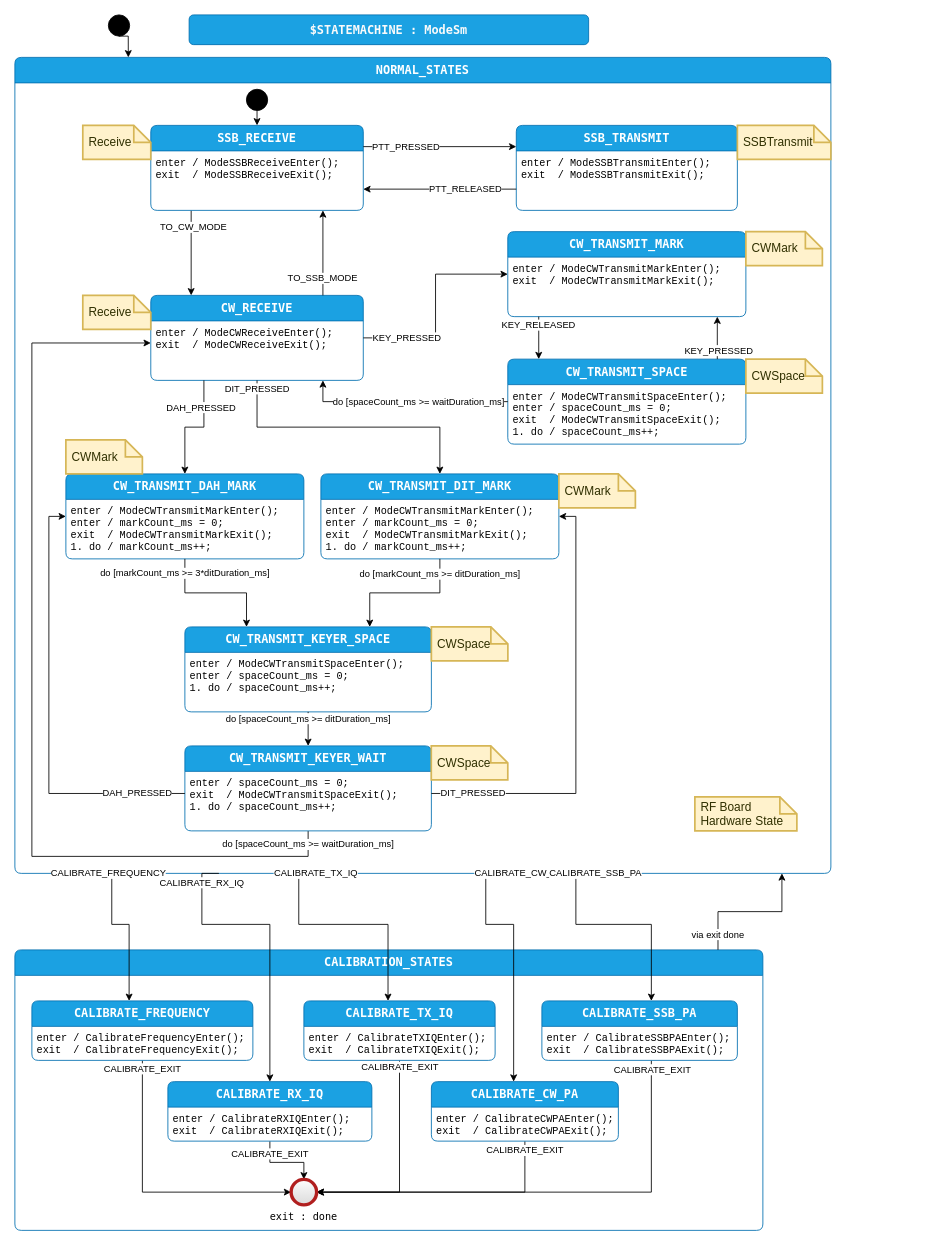
Above: page "design" (1 of 3) of code/src/PhoenixSketch/ModeSm.drawio in KI3P/Phoenix (draw.io), before the change. Source tidied: cells renumbered, new cells numbered last; positions are measured from the earlier drawing's top-left corner, leaving out a move shared by most shapes. Both pictures are drawn from the tidied source at 85%, with x=0, y=0 at pixel (14, 14).
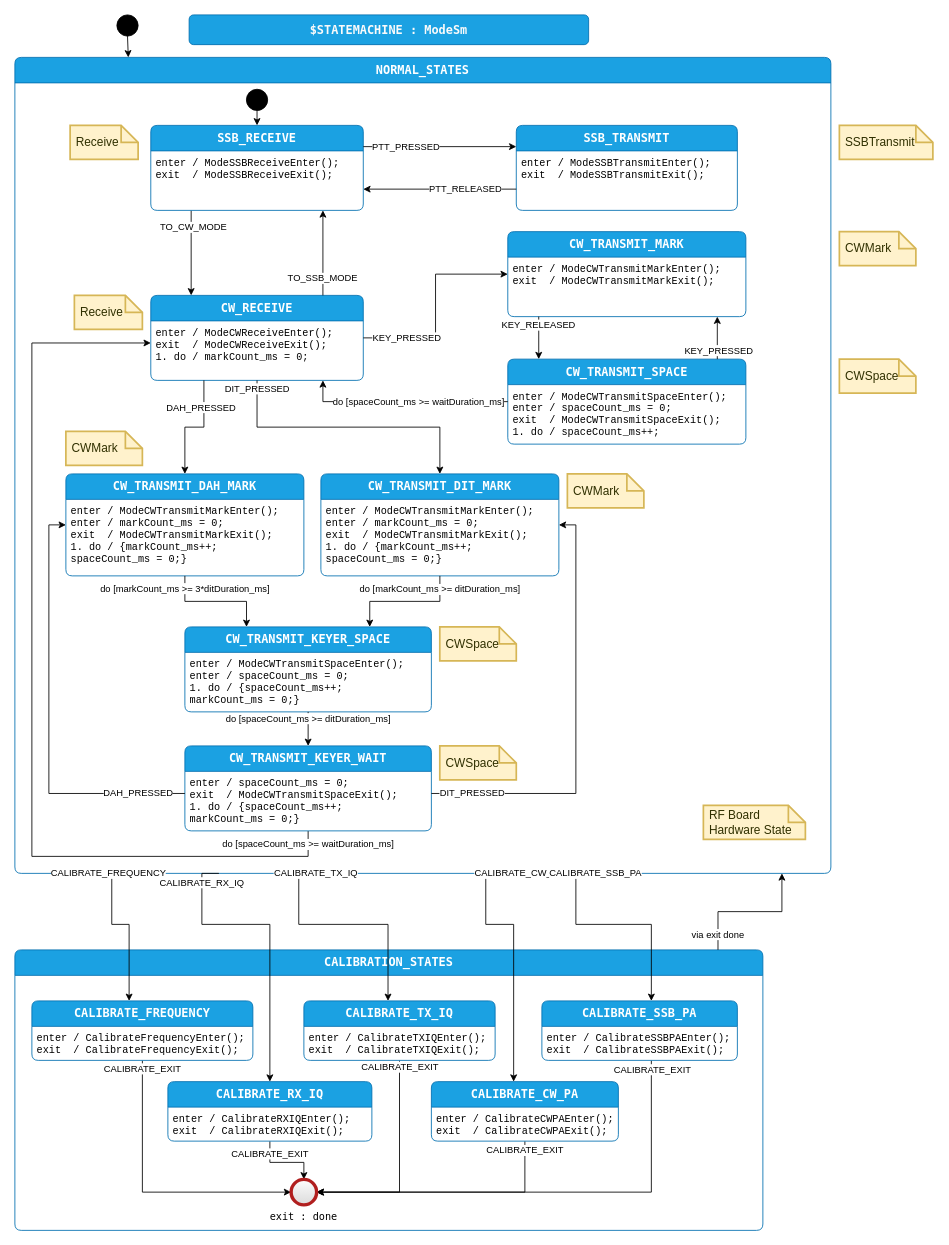
The same page after the edit.

Unchanged cells that the change refers to:
```xml
<mxCell id="20" value="NORMAL_STATES" style="shape=swimlane;align=center;verticalAlign=top;fontFamily=Lucida Console;startSize=30;fontSize=14;fontStyle=1;fontColor=#ffffff;fillColor=#1ba1e2;swimlaneFillColor=default;rounded=1;arcSize=15;absoluteArcSize=1;points=[[0,0,0,0,0],[0,0.06,0,0,0],[0,0.13,0,0,0],[0,0.19,0,0,0],[0,0.25,0,0,0],[0,0.31,0,0,0],[0,0.38,0,0,0],[0,0.44,0,0,0],[0,0.5,0,0,0],[0,0.56,0,0,0],[0,0.63,0,0,0],[0,0.69,0,0,0],[0,0.75,0,0,0],[0,0.81,0,0,0],[0,0.88,0,0,0],[0,0.94,0,0,0],[0,1,0,0,0],[0.06,0,0,0,0],[0.06,1,0,0,0],[0.13,0,0,0,0],[0.13,1,0,0,0],[0.19,0,0,0,0],[0.19,1,0,0,0],[0.25,0,0,0,0],[0.25,1,0,0,0],[0.31,0,0,0,0],[0.31,1,0,0,0],[0.38,0,0,0,0],[0.38,1,0,0,0],[0.44,0,0,0,0],[0.44,1,0,0,0],[0.5,0,0,0,0],[0.5,1,0,0,0],[0.56,0,0,0,0],[0.56,1,0,0,0],[0.63,0,0,0,0],[0.63,1,0,0,0],[0.69,0,0,0,0],[0.69,1,0,0,0],[0.75,0,0,0,0],[0.75,1,0,0,0],[0.81,0,0,0,0],[0.81,1,0,0,0],[0.88,0,0,0,0],[0.88,1,0,0,0],[0.94,0,0,0,0],[0.94,1,0,0,0],[1,0,0,0,0],[1,0.06,0,0,0],[1,0.13,0,0,0],[1,0.19,0,0,0],[1,0.25,0,0,0],[1,0.31,0,0,0],[1,0.38,0,0,0],[1,0.44,0,0,0],[1,0.5,0,0,0],[1,0.56,0,0,0],[1,0.63,0,0,0],[1,0.69,0,0,0],[1,0.75,0,0,0],[1,0.81,0,0,0],[1,0.88,0,0,0],[1,0.94,0,0,0],[1,1,0,0,0]];strokeColor=#006EAF;" parent="1" vertex="1">
  <mxGeometry y="50" width="960" height="960" as="geometry" />
</mxCell>
<mxCell id="25" value="CW_RECEIVE" style="shape=swimlane;align=center;verticalAlign=top;fontFamily=Lucida Console;startSize=30;fontSize=14;fontStyle=1;fontColor=#ffffff;fillColor=#1ba1e2;swimlaneFillColor=default;rounded=1;arcSize=15;absoluteArcSize=1;points=[[0,0,0,0,0],[0,0.06,0,0,0],[0,0.13,0,0,0],[0,0.19,0,0,0],[0,0.25,0,0,0],[0,0.31,0,0,0],[0,0.38,0,0,0],[0,0.44,0,0,0],[0,0.5,0,0,0],[0,0.56,0,0,0],[0,0.63,0,0,0],[0,0.69,0,0,0],[0,0.75,0,0,0],[0,0.81,0,0,0],[0,0.88,0,0,0],[0,0.94,0,0,0],[0,1,0,0,0],[0.06,0,0,0,0],[0.06,1,0,0,0],[0.13,0,0,0,0],[0.13,1,0,0,0],[0.19,0,0,0,0],[0.19,1,0,0,0],[0.25,0,0,0,0],[0.25,1,0,0,0],[0.31,0,0,0,0],[0.31,1,0,0,0],[0.38,0,0,0,0],[0.38,1,0,0,0],[0.44,0,0,0,0],[0.44,1,0,0,0],[0.5,0,0,0,0],[0.5,1,0,0,0],[0.56,0,0,0,0],[0.56,1,0,0,0],[0.63,0,0,0,0],[0.63,1,0,0,0],[0.69,0,0,0,0],[0.69,1,0,0,0],[0.75,0,0,0,0],[0.75,1,0,0,0],[0.81,0,0,0,0],[0.81,1,0,0,0],[0.88,0,0,0,0],[0.88,1,0,0,0],[0.94,0,0,0,0],[0.94,1,0,0,0],[1,0,0,0,0],[1,0.06,0,0,0],[1,0.13,0,0,0],[1,0.19,0,0,0],[1,0.25,0,0,0],[1,0.31,0,0,0],[1,0.38,0,0,0],[1,0.44,0,0,0],[1,0.5,0,0,0],[1,0.56,0,0,0],[1,0.63,0,0,0],[1,0.69,0,0,0],[1,0.75,0,0,0],[1,0.81,0,0,0],[1,0.88,0,0,0],[1,0.94,0,0,0],[1,1,0,0,0]];strokeColor=#006EAF;" parent="20" vertex="1">
  <mxGeometry x="159.9" y="280" width="250" height="100" as="geometry" />
</mxCell>
<mxCell id="44" value="CW_TRANSMIT_KEYER_SPACE" style="shape=swimlane;align=center;verticalAlign=top;fontFamily=Lucida Console;startSize=30;fontSize=14;fontStyle=1;fontColor=#ffffff;fillColor=#1ba1e2;swimlaneFillColor=default;rounded=1;arcSize=15;absoluteArcSize=1;points=[[0,0,0,0,0],[0,0.06,0,0,0],[0,0.13,0,0,0],[0,0.19,0,0,0],[0,0.25,0,0,0],[0,0.31,0,0,0],[0,0.38,0,0,0],[0,0.44,0,0,0],[0,0.5,0,0,0],[0,0.56,0,0,0],[0,0.63,0,0,0],[0,0.69,0,0,0],[0,0.75,0,0,0],[0,0.81,0,0,0],[0,0.88,0,0,0],[0,0.94,0,0,0],[0,1,0,0,0],[0.06,0,0,0,0],[0.06,1,0,0,0],[0.13,0,0,0,0],[0.13,1,0,0,0],[0.19,0,0,0,0],[0.19,1,0,0,0],[0.25,0,0,0,0],[0.25,1,0,0,0],[0.31,0,0,0,0],[0.31,1,0,0,0],[0.38,0,0,0,0],[0.38,1,0,0,0],[0.44,0,0,0,0],[0.44,1,0,0,0],[0.5,0,0,0,0],[0.5,1,0,0,0],[0.56,0,0,0,0],[0.56,1,0,0,0],[0.63,0,0,0,0],[0.63,1,0,0,0],[0.69,0,0,0,0],[0.69,1,0,0,0],[0.75,0,0,0,0],[0.75,1,0,0,0],[0.81,0,0,0,0],[0.81,1,0,0,0],[0.88,0,0,0,0],[0.88,1,0,0,0],[0.94,0,0,0,0],[0.94,1,0,0,0],[1,0,0,0,0],[1,0.06,0,0,0],[1,0.13,0,0,0],[1,0.19,0,0,0],[1,0.25,0,0,0],[1,0.31,0,0,0],[1,0.38,0,0,0],[1,0.44,0,0,0],[1,0.5,0,0,0],[1,0.56,0,0,0],[1,0.63,0,0,0],[1,0.69,0,0,0],[1,0.75,0,0,0],[1,0.81,0,0,0],[1,0.88,0,0,0],[1,0.94,0,0,0],[1,1,0,0,0]];strokeColor=#006EAF;" parent="20" vertex="1">
  <mxGeometry x="200" y="670" width="290" height="100" as="geometry" />
</mxCell>
<mxCell id="48" value="CW_TRANSMIT_KEYER_WAIT" style="shape=swimlane;align=center;verticalAlign=top;fontFamily=Lucida Console;startSize=30;fontSize=14;fontStyle=1;fontColor=#ffffff;fillColor=#1ba1e2;swimlaneFillColor=default;rounded=1;arcSize=15;absoluteArcSize=1;points=[[0,0,0,0,0],[0,0.06,0,0,0],[0,0.13,0,0,0],[0,0.19,0,0,0],[0,0.25,0,0,0],[0,0.31,0,0,0],[0,0.38,0,0,0],[0,0.44,0,0,0],[0,0.5,0,0,0],[0,0.56,0,0,0],[0,0.63,0,0,0],[0,0.69,0,0,0],[0,0.75,0,0,0],[0,0.81,0,0,0],[0,0.88,0,0,0],[0,0.94,0,0,0],[0,1,0,0,0],[0.06,0,0,0,0],[0.06,1,0,0,0],[0.13,0,0,0,0],[0.13,1,0,0,0],[0.19,0,0,0,0],[0.19,1,0,0,0],[0.25,0,0,0,0],[0.25,1,0,0,0],[0.31,0,0,0,0],[0.31,1,0,0,0],[0.38,0,0,0,0],[0.38,1,0,0,0],[0.44,0,0,0,0],[0.44,1,0,0,0],[0.5,0,0,0,0],[0.5,1,0,0,0],[0.56,0,0,0,0],[0.56,1,0,0,0],[0.63,0,0,0,0],[0.63,1,0,0,0],[0.69,0,0,0,0],[0.69,1,0,0,0],[0.75,0,0,0,0],[0.75,1,0,0,0],[0.81,0,0,0,0],[0.81,1,0,0,0],[0.88,0,0,0,0],[0.88,1,0,0,0],[0.94,0,0,0,0],[0.94,1,0,0,0],[1,0,0,0,0],[1,0.06,0,0,0],[1,0.13,0,0,0],[1,0.19,0,0,0],[1,0.25,0,0,0],[1,0.31,0,0,0],[1,0.38,0,0,0],[1,0.44,0,0,0],[1,0.5,0,0,0],[1,0.56,0,0,0],[1,0.63,0,0,0],[1,0.69,0,0,0],[1,0.75,0,0,0],[1,0.81,0,0,0],[1,0.88,0,0,0],[1,0.94,0,0,0],[1,1,0,0,0]];strokeColor=#006EAF;" parent="20" vertex="1">
  <mxGeometry x="200" y="810" width="290" height="100" as="geometry" />
</mxCell>
```

Change to the diagram source:
```diff
@@
-    <mxCell id="26" value="enter / ModeCWReceiveEnter();&#10;exit  / ModeCWReceiveExit();" style="fontFamily=Courier New;align=left;verticalAlign=top;fillColor=none;gradientColor=none;strokeColor=none;rounded=0;spacingLeft=4;fontSize=12;fontColor=default;" parent="25" vertex="1">
-      <mxGeometry y="30" width="180" height="40" as="geometry" />
+    <mxCell id="26" value="enter / ModeCWReceiveEnter();&#10;exit  / ModeCWReceiveExit();&#10;1. do / markCount_ms = 0;" style="fontFamily=Courier New;align=left;verticalAlign=top;fillColor=none;gradientColor=none;strokeColor=none;rounded=0;spacingLeft=4;fontSize=12;fontColor=default;" parent="25" vertex="1">
+      <mxGeometry y="30" width="240" height="60" as="geometry" />
     </mxCell>
@@
     <mxCell id="42" value="CW_TRANSMIT_DIT_MARK" style="shape=swimlane;align=center;verticalAlign=top;fontFamily=Lucida Console;startSize=30;fontSize=14;fontStyle=1;fontColor=#ffffff;fillColor=#1ba1e2;swimlaneFillColor=default;rounded=1;arcSize=15;absoluteArcSize=1;points=[[0,0,0,0,0],[0,0.06,0,0,0],[0,0.13,0,0,0],[0,0.19,0,0,0],[0,0.25,0,0,0],[0,0.31,0,0,0],[0,0.38,0,0,0],[0,0.44,0,0,0],[0,0.5,0,0,0],[0,0.56,0,0,0],[0,0.63,0,0,0],[0,0.69,0,0,0],[0,0.75,0,0,0],[0,0.81,0,0,0],[0,0.88,0,0,0],[0,0.94,0,0,0],[0,1,0,0,0],[0.06,0,0,0,0],[0.06,1,0,0,0],[0.13,0,0,0,0],[0.13,1,0,0,0],[0.19,0,0,0,0],[0.19,1,0,0,0],[0.25,0,0,0,0],[0.25,1,0,0,0],[0.31,0,0,0,0],[0.31,1,0,0,0],[0.38,0,0,0,0],[0.38,1,0,0,0],[0.44,0,0,0,0],[0.44,1,0,0,0],[0.5,0,0,0,0],[0.5,1,0,0,0],[0.56,0,0,0,0],[0.56,1,0,0,0],[0.63,0,0,0,0],[0.63,1,0,0,0],[0.69,0,0,0,0],[0.69,1,0,0,0],[0.75,0,0,0,0],[0.75,1,0,0,0],[0.81,0,0,0,0],[0.81,1,0,0,0],[0.88,0,0,0,0],[0.88,1,0,0,0],[0.94,0,0,0,0],[0.94,1,0,0,0],[1,0,0,0,0],[1,0.06,0,0,0],[1,0.13,0,0,0],[1,0.19,0,0,0],[1,0.25,0,0,0],[1,0.31,0,0,0],[1,0.38,0,0,0],[1,0.44,0,0,0],[1,0.5,0,0,0],[1,0.56,0,0,0],[1,0.63,0,0,0],[1,0.69,0,0,0],[1,0.75,0,0,0],[1,0.81,0,0,0],[1,0.88,0,0,0],[1,0.94,0,0,0],[1,1,0,0,0]];strokeColor=#006EAF;" parent="20" vertex="1">
-      <mxGeometry x="360" y="490" width="280" height="100" as="geometry" />
+      <mxGeometry x="360" y="490" width="280" height="120" as="geometry" />
     </mxCell>
-    <mxCell id="43" value="enter / ModeCWTransmitMarkEnter();&#10;enter / markCount_ms = 0;&#10;exit  / ModeCWTransmitMarkExit();&#10;1. do / markCount_ms++;" style="fontFamily=Courier New;align=left;verticalAlign=top;fillColor=none;gradientColor=none;strokeColor=none;rounded=0;spacingLeft=4;fontSize=12;fontColor=default;" parent="42" vertex="1">
-      <mxGeometry y="30" width="280" height="70" as="geometry" />
+    <mxCell id="43" value="enter / ModeCWTransmitMarkEnter();&#10;enter / markCount_ms = 0;&#10;exit  / ModeCWTransmitMarkExit();&#10;1. do / {markCount_ms++;&#10;spaceCount_ms = 0;}" style="fontFamily=Courier New;align=left;verticalAlign=top;fillColor=none;gradientColor=none;strokeColor=none;rounded=0;spacingLeft=4;fontSize=12;fontColor=default;" parent="42" vertex="1">
+      <mxGeometry y="30" width="280" height="90" as="geometry" />
     </mxCell>
@@
-    <mxCell id="45" value="enter / ModeCWTransmitSpaceEnter();&#10;enter / spaceCount_ms = 0;&#10;1. do / spaceCount_ms++;" style="fontFamily=Courier New;align=left;verticalAlign=top;fillColor=none;gradientColor=none;strokeColor=none;rounded=0;spacingLeft=4;" parent="44" vertex="1">
-      <mxGeometry y="30" width="290" height="60" as="geometry" />
+    <mxCell id="45" value="enter / ModeCWTransmitSpaceEnter();&#10;enter / spaceCount_ms = 0;&#10;1. do / {spaceCount_ms++;&#10;markCount_ms = 0;}" style="fontFamily=Courier New;align=left;verticalAlign=top;fillColor=none;gradientColor=none;strokeColor=none;rounded=0;spacingLeft=4;" parent="44" vertex="1">
+      <mxGeometry y="30" width="290" height="70" as="geometry" />
     </mxCell>
@@
-    <mxCell id="49" value="enter / spaceCount_ms = 0;&#10;exit  / ModeCWTransmitSpaceExit();&#10;1. do / spaceCount_ms++;" style="fontFamily=Courier New;align=left;verticalAlign=top;fillColor=none;gradientColor=none;strokeColor=none;rounded=0;spacingLeft=4;" parent="48" vertex="1">
-      <mxGeometry y="30" width="280" height="60" as="geometry" />
+    <mxCell id="49" value="enter / spaceCount_ms = 0;&#10;exit  / ModeCWTransmitSpaceExit();&#10;1. do / {spaceCount_ms++;&#10;markCount_ms = 0;}" style="fontFamily=Courier New;align=left;verticalAlign=top;fillColor=none;gradientColor=none;strokeColor=none;rounded=0;spacingLeft=4;" parent="48" vertex="1">
+      <mxGeometry y="30" width="280" height="70" as="geometry" />
     </mxCell>
@@
     <mxCell id="52" value="CW_TRANSMIT_DAH_MARK" style="shape=swimlane;align=center;verticalAlign=top;fontFamily=Lucida Console;startSize=30;fontSize=14;fontStyle=1;fontColor=#ffffff;fillColor=#1ba1e2;swimlaneFillColor=default;rounded=1;arcSize=15;absoluteArcSize=1;points=[[0,0,0,0,0],[0,0.06,0,0,0],[0,0.13,0,0,0],[0,0.19,0,0,0],[0,0.25,0,0,0],[0,0.31,0,0,0],[0,0.38,0,0,0],[0,0.44,0,0,0],[0,0.5,0,0,0],[0,0.56,0,0,0],[0,0.63,0,0,0],[0,0.69,0,0,0],[0,0.75,0,0,0],[0,0.81,0,0,0],[0,0.88,0,0,0],[0,0.94,0,0,0],[0,1,0,0,0],[0.06,0,0,0,0],[0.06,1,0,0,0],[0.13,0,0,0,0],[0.13,1,0,0,0],[0.19,0,0,0,0],[0.19,1,0,0,0],[0.25,0,0,0,0],[0.25,1,0,0,0],[0.31,0,0,0,0],[0.31,1,0,0,0],[0.38,0,0,0,0],[0.38,1,0,0,0],[0.44,0,0,0,0],[0.44,1,0,0,0],[0.5,0,0,0,0],[0.5,1,0,0,0],[0.56,0,0,0,0],[0.56,1,0,0,0],[0.63,0,0,0,0],[0.63,1,0,0,0],[0.69,0,0,0,0],[0.69,1,0,0,0],[0.75,0,0,0,0],[0.75,1,0,0,0],[0.81,0,0,0,0],[0.81,1,0,0,0],[0.88,0,0,0,0],[0.88,1,0,0,0],[0.94,0,0,0,0],[0.94,1,0,0,0],[1,0,0,0,0],[1,0.06,0,0,0],[1,0.13,0,0,0],[1,0.19,0,0,0],[1,0.25,0,0,0],[1,0.31,0,0,0],[1,0.38,0,0,0],[1,0.44,0,0,0],[1,0.5,0,0,0],[1,0.56,0,0,0],[1,0.63,0,0,0],[1,0.69,0,0,0],[1,0.75,0,0,0],[1,0.81,0,0,0],[1,0.88,0,0,0],[1,0.94,0,0,0],[1,1,0,0,0]];strokeColor=#006EAF;" parent="20" vertex="1">
-      <mxGeometry x="60" y="490" width="280" height="100" as="geometry" />
+      <mxGeometry x="60" y="490" width="280" height="120" as="geometry" />
     </mxCell>
-    <mxCell id="53" value="enter / ModeCWTransmitMarkEnter();&#10;enter / markCount_ms = 0;&#10;exit  / ModeCWTransmitMarkExit();&#10;1. do / markCount_ms++;" style="fontFamily=Courier New;align=left;verticalAlign=top;fillColor=none;gradientColor=none;strokeColor=none;rounded=0;spacingLeft=4;fontSize=12;fontColor=default;" parent="52" vertex="1">
-      <mxGeometry y="30" width="280" height="70" as="geometry" />
+    <mxCell id="53" value="enter / ModeCWTransmitMarkEnter();&#10;enter / markCount_ms = 0;&#10;exit  / ModeCWTransmitMarkExit();&#10;1. do / {markCount_ms++;&#10;spaceCount_ms = 0;}" style="fontFamily=Courier New;align=left;verticalAlign=top;fillColor=none;gradientColor=none;strokeColor=none;rounded=0;spacingLeft=4;fontSize=12;fontColor=default;" parent="52" vertex="1">
+      <mxGeometry y="30" width="280" height="90" as="geometry" />
     </mxCell>
@@
     <mxCell id="58" value="Receive" style="shape=note;strokeWidth=2;fontSize=14;size=20;whiteSpace=wrap;html=1;fillColor=#fff2cc;strokeColor=#d6b656;fontColor=#303000;align=left;spacingLeft=5;" parent="20" vertex="1">
-      <mxGeometry x="79.9" y="80" width="80" height="40" as="geometry" />
+      <mxGeometry x="65" y="80" width="80" height="40" as="geometry" />
     </mxCell>
     <mxCell id="59" value="Receive" style="shape=note;strokeWidth=2;fontSize=14;size=20;whiteSpace=wrap;html=1;fillColor=#fff2cc;strokeColor=#d6b656;fontColor=#303000;align=left;spacingLeft=5;" parent="20" vertex="1">
-      <mxGeometry x="79.9" y="280" width="80" height="40" as="geometry" />
+      <mxGeometry x="70" y="280" width="80" height="40" as="geometry" />
     </mxCell>
-    <mxCell id="60" value="SSBTransmit" style="shape=note;strokeWidth=2;fontSize=14;size=20;whiteSpace=wrap;html=1;fillColor=#fff2cc;strokeColor=#d6b656;fontColor=#303000;align=left;spacingLeft=5;" parent="20" vertex="1">
-      <mxGeometry x="850" y="80" width="110" height="40" as="geometry" />
-    </mxCell>
-    <mxCell id="61" value="CWMark" style="shape=note;strokeWidth=2;fontSize=14;size=20;whiteSpace=wrap;html=1;fillColor=#fff2cc;strokeColor=#d6b656;fontColor=#303000;align=left;spacingLeft=5;" parent="20" vertex="1">
-      <mxGeometry x="860" y="205" width="90" height="40" as="geometry" />
-    </mxCell>
-    <mxCell id="62" value="CWSpace" style="shape=note;strokeWidth=2;fontSize=14;size=20;whiteSpace=wrap;html=1;fillColor=#fff2cc;strokeColor=#d6b656;fontColor=#303000;align=left;spacingLeft=5;" parent="20" vertex="1">
-      <mxGeometry x="860" y="355" width="90" height="40" as="geometry" />
-    </mxCell>
     <mxCell id="63" value="CWMark" style="shape=note;strokeWidth=2;fontSize=14;size=20;whiteSpace=wrap;html=1;fillColor=#fff2cc;strokeColor=#d6b656;fontColor=#303000;align=left;spacingLeft=5;" parent="20" vertex="1">
-      <mxGeometry x="640" y="490" width="90" height="40" as="geometry" />
+      <mxGeometry x="650" y="490" width="90" height="40" as="geometry" />
     </mxCell>
     <mxCell id="64" value="CWMark" style="shape=note;strokeWidth=2;fontSize=14;size=20;whiteSpace=wrap;html=1;fillColor=#fff2cc;strokeColor=#d6b656;fontColor=#303000;align=left;spacingLeft=5;" parent="20" vertex="1">
-      <mxGeometry x="60" y="450" width="90" height="40" as="geometry" />
+      <mxGeometry x="60" y="440" width="90" height="40" as="geometry" />
     </mxCell>
     <mxCell id="65" value="CWSpace" style="shape=note;strokeWidth=2;fontSize=14;size=20;whiteSpace=wrap;html=1;fillColor=#fff2cc;strokeColor=#d6b656;fontColor=#303000;align=left;spacingLeft=5;" parent="20" vertex="1">
-      <mxGeometry x="490" y="670" width="90" height="40" as="geometry" />
+      <mxGeometry x="499.9" y="670" width="90" height="40" as="geometry" />
     </mxCell>
     <mxCell id="66" value="CWSpace" style="shape=note;strokeWidth=2;fontSize=14;size=20;whiteSpace=wrap;html=1;fillColor=#fff2cc;strokeColor=#d6b656;fontColor=#303000;align=left;spacingLeft=5;" parent="20" vertex="1">
-      <mxGeometry x="489.9" y="810" width="90" height="40" as="geometry" />
+      <mxGeometry x="499.9" y="810" width="90" height="40" as="geometry" />
     </mxCell>
     <mxCell id="67" value="RF Board Hardware State" style="shape=note;strokeWidth=2;fontSize=14;size=20;whiteSpace=wrap;html=1;fillColor=#fff2cc;strokeColor=#d6b656;fontColor=#303000;align=left;spacingLeft=5;" parent="20" vertex="1">
-      <mxGeometry x="800" y="870" width="120" height="40" as="geometry" />
+      <mxGeometry x="810" y="880" width="120" height="40" as="geometry" />
     </mxCell>
@@
     <mxCell id="75" value="$initial_state" style="shape=ellipse;fillColor=#000000;noLabel=1;" parent="1" vertex="1">
-      <mxGeometry x="110" width="25" height="25" as="geometry" />
+      <mxGeometry x="120" width="25" height="25" as="geometry" />
     </mxCell>
@@
+    <mxCell id="60" value="SSBTransmit" style="shape=note;strokeWidth=2;fontSize=14;size=20;whiteSpace=wrap;html=1;fillColor=#fff2cc;strokeColor=#d6b656;fontColor=#303000;align=left;spacingLeft=5;" parent="1" vertex="1">
+      <mxGeometry x="970" y="130" width="110" height="40" as="geometry" />
+    </mxCell>
+    <mxCell id="61" value="CWMark" style="shape=note;strokeWidth=2;fontSize=14;size=20;whiteSpace=wrap;html=1;fillColor=#fff2cc;strokeColor=#d6b656;fontColor=#303000;align=left;spacingLeft=5;" parent="1" vertex="1">
+      <mxGeometry x="970" y="255" width="90" height="40" as="geometry" />
+    </mxCell>
+    <mxCell id="62" value="CWSpace" style="shape=note;strokeWidth=2;fontSize=14;size=20;whiteSpace=wrap;html=1;fillColor=#fff2cc;strokeColor=#d6b656;fontColor=#303000;align=left;spacingLeft=5;" parent="1" vertex="1">
+      <mxGeometry x="970" y="405" width="90" height="40" as="geometry" />
+    </mxCell>
```
